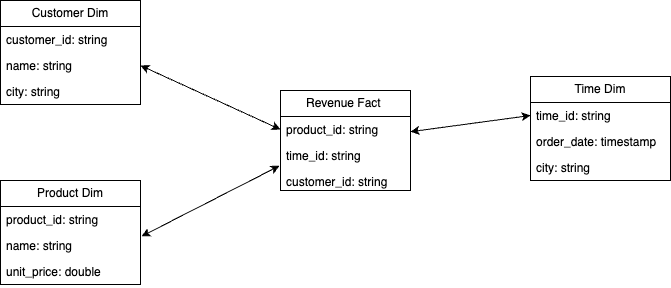
The draw.io diagram docs/concepts/diagrams/star_schema.drawio.png in jbcodeforce/flink-studies, before a commit. Source tidied: cells renumbered, new cells last; positions are measured from the earlier drawing's top-left corner, leaving out a move shared by most shapes.
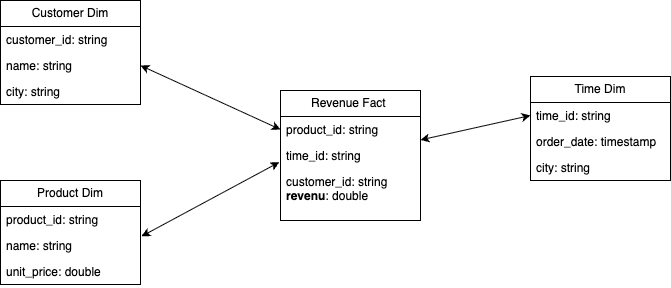
After the change.

The edit, as a diff of the source:
```diff
@@ -27,16 +27,16 @@
       <mxGeometry y="78" width="140" height="26" as="geometry" />
     </mxCell>
     <mxCell id="10" value="Revenue Fact&amp;nbsp;" style="swimlane;fontStyle=0;horizontal=1;startSize=26;fillColor=none;whiteSpace=wrap;html=1;" parent="1" vertex="1">
-      <mxGeometry x="280" y="90" width="130" height="100" as="geometry" />
+      <mxGeometry x="280" y="90" width="140" height="130" as="geometry" />
     </mxCell>
     <mxCell id="11" value="product_id: string" style="text;strokeColor=none;fillColor=none;align=left;verticalAlign=top;spacingLeft=4;spacingRight=4;overflow=hidden;points=[[0,0.5],[1,0.5]];portConstraint=eastwest;whiteSpace=wrap;html=1;" parent="10" vertex="1">
-      <mxGeometry y="26" width="130" height="26" as="geometry" />
+      <mxGeometry y="26" width="140" height="26" as="geometry" />
     </mxCell>
     <mxCell id="12" value="time_id: string" style="text;strokeColor=none;fillColor=none;align=left;verticalAlign=top;spacingLeft=4;spacingRight=4;overflow=hidden;whiteSpace=wrap;html=1;" parent="10" vertex="1">
-      <mxGeometry y="52" width="130" height="26" as="geometry" />
+      <mxGeometry y="52" width="140" height="26" as="geometry" />
     </mxCell>
-    <mxCell id="13" value="&lt;div&gt;customer_id: string&lt;/div&gt;" style="text;strokeColor=none;fillColor=none;align=left;verticalAlign=top;spacingLeft=4;spacingRight=4;overflow=hidden;points=[[0,0.5],[1,0.5]];portConstraint=eastwest;whiteSpace=wrap;html=1;" parent="10" vertex="1">
-      <mxGeometry y="78" width="130" height="22" as="geometry" />
+    <mxCell id="13" value="&lt;div&gt;customer_id: string&lt;/div&gt;&lt;div&gt;&lt;b&gt;revenu&lt;/b&gt;: double&lt;/div&gt;" style="text;strokeColor=none;fillColor=none;align=left;verticalAlign=top;spacingLeft=4;spacingRight=4;overflow=hidden;points=[[0,0.5],[1,0.5]];portConstraint=eastwest;whiteSpace=wrap;html=1;" parent="10" vertex="1">
+      <mxGeometry y="78" width="140" height="52" as="geometry" />
     </mxCell>
     <mxCell id="14" value="Time Dim" style="swimlane;fontStyle=0;horizontal=1;startSize=26;fillColor=none;whiteSpace=wrap;html=1;" parent="1" vertex="1">
       <mxGeometry x="530" y="76" width="140" height="104" as="geometry" />
```
